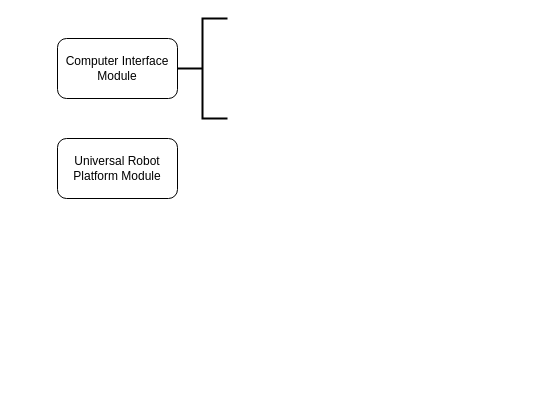
Before: System implementation components.drawio in VolcanHuang/Project_Demo, a draw.io diagram. Source tidied: cells renumbered, new cells numbered last; positions are measured from the earlier drawing's top-left corner, leaving out a move shared by most shapes. Both pictures are drawn from the tidied source at 100%, with x=0, y=0 at pixel (57, 18).
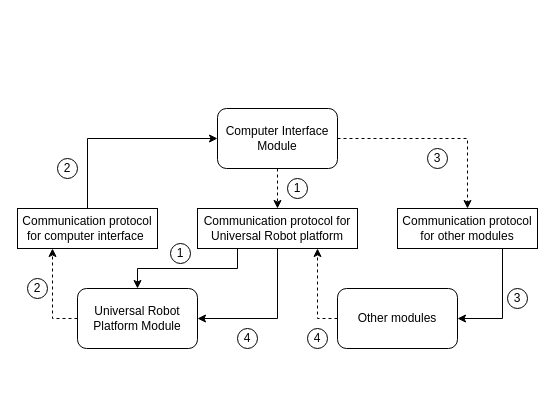
Above is the later version.

Diff of the diagram source:
```diff
@@
+    <mxCell id="5" style="group;" parent="1" vertex="1">
+      <mxGeometry x="20" y="250" width="140" height="100" as="geometry" />
+    </mxCell>
+    <mxCell id="3" value="Universal Robot Platform Module" style="rounded=1;whiteSpace=wrap;html=1;" parent="5" vertex="1">
+      <mxGeometry y="20" width="120" height="60" as="geometry" />
+    </mxCell>
+    <mxCell id="6" style="edgeStyle=orthogonalEdgeStyle;rounded=0;jettySize=auto;html=1;exitX=0.25;exitY=1;exitDx=0;exitDy=0;" parent="1" edge="1" source="8" target="3">
+      <mxGeometry relative="1" as="geometry" />
+    </mxCell>
+    <mxCell id="7" style="edgeStyle=orthogonalEdgeStyle;rounded=0;jettySize=auto;html=1;exitX=0.5;exitY=1;exitDx=0;exitDy=0;entryX=1;entryY=0.5;entryDx=0;entryDy=0;" parent="1" edge="1" source="8" target="3">
+      <mxGeometry relative="1" as="geometry" />
+    </mxCell>
+    <mxCell id="8" value="Communication protocol for Universal Robot platform" style="rounded=0;whiteSpace=wrap;html=1;strokeWidth=1;" parent="1" vertex="1">
+      <mxGeometry x="140" y="190" width="160" height="40" as="geometry" />
+    </mxCell>
+    <mxCell id="9" style="group;" parent="1" vertex="1">
+      <mxGeometry x="160" y="70" width="140" height="100" as="geometry" />
+    </mxCell>
-    <mxCell id="2" value="Computer Interface Module" style="rounded=1;whiteSpace=wrap;html=1;" parent="1" vertex="1">
+    <mxCell id="2" value="Computer Interface Module" style="rounded=1;whiteSpace=wrap;html=1;" parent="9" vertex="1">
       <mxGeometry y="20" width="120" height="60" as="geometry" />
     </mxCell>
-    <mxCell id="3" value="Universal Robot Platform Module" style="rounded=1;whiteSpace=wrap;html=1;" parent="1" vertex="1">
-      <mxGeometry y="120" width="120" height="60" as="geometry" />
-    </mxCell>
-    <mxCell id="4" value="&lt;p&gt;&lt;br&gt;&lt;/p&gt;" style="strokeWidth=2;html=1;shape=mxgraph.flowchart.annotation_2;align=left;labelPosition=right;" parent="1" vertex="1">
-      <mxGeometry x="120" width="50" height="100" as="geometry" />
-    </mxCell>
+    <mxCell id="10" style="edgeStyle=orthogonalEdgeStyle;rounded=0;jettySize=auto;html=1;exitX=0.75;exitY=1;exitDx=0;exitDy=0;entryX=1;entryY=0.5;entryDx=0;entryDy=0;" parent="1" edge="1" source="11" target="13">
+      <mxGeometry relative="1" as="geometry" />
+    </mxCell>
+    <mxCell id="11" value="Communication protocol for other modules" style="rounded=0;whiteSpace=wrap;html=1;strokeWidth=1;" parent="1" vertex="1">
+      <mxGeometry x="340" y="190" width="140" height="40" as="geometry" />
+    </mxCell>
+    <mxCell id="12" style="group;" parent="1" vertex="1">
+      <mxGeometry x="280" y="260" width="140" height="100" as="geometry" />
+    </mxCell>
+    <mxCell id="13" value="Other modules" style="rounded=1;whiteSpace=wrap;html=1;" parent="12" vertex="1">
+      <mxGeometry y="10" width="120" height="60" as="geometry" />
+    </mxCell>
+    <mxCell id="14" style="edgeStyle=orthogonalEdgeStyle;rounded=0;jettySize=auto;html=1;exitX=0.5;exitY=0;exitDx=0;exitDy=0;entryX=0;entryY=0.5;entryDx=0;entryDy=0;" parent="1" edge="1" source="15" target="2">
+      <mxGeometry relative="1" as="geometry" />
+    </mxCell>
+    <mxCell id="15" value="Communication protocol for computer interface&amp;nbsp;" style="rounded=0;whiteSpace=wrap;html=1;strokeWidth=1;" parent="1" vertex="1">
+      <mxGeometry x="-40" y="190" width="140" height="40" as="geometry" />
+    </mxCell>
+    <mxCell id="16" style="edgeStyle=orthogonalEdgeStyle;rounded=0;jettySize=auto;html=1;exitX=0.5;exitY=1;exitDx=0;exitDy=0;entryX=0.5;entryY=0;entryDx=0;entryDy=0;dashed=1;" parent="1" edge="1" source="2" target="8">
+      <mxGeometry relative="1" as="geometry" />
+    </mxCell>
+    <mxCell id="17" style="edgeStyle=orthogonalEdgeStyle;rounded=0;jettySize=auto;html=1;exitX=0;exitY=0.5;exitDx=0;exitDy=0;entryX=0.25;entryY=1;entryDx=0;entryDy=0;dashed=1;" parent="1" edge="1" source="3" target="15">
+      <mxGeometry relative="1" as="geometry" />
+    </mxCell>
+    <mxCell id="18" style="edgeStyle=orthogonalEdgeStyle;rounded=0;jettySize=auto;html=1;exitX=1;exitY=0.5;exitDx=0;exitDy=0;entryX=0.5;entryY=0;entryDx=0;entryDy=0;dashed=1;" parent="1" edge="1" source="2" target="11">
+      <mxGeometry relative="1" as="geometry" />
+    </mxCell>
+    <mxCell id="19" style="edgeStyle=orthogonalEdgeStyle;rounded=0;jettySize=auto;html=1;exitX=0;exitY=0.5;exitDx=0;exitDy=0;entryX=0.75;entryY=1;entryDx=0;entryDy=0;dashed=1;" parent="1" edge="1" source="13" target="8">
+      <mxGeometry relative="1" as="geometry" />
+    </mxCell>
+    <mxCell id="20" value="1" style="ellipse;whiteSpace=wrap;html=1;strokeWidth=1;" parent="1" vertex="1">
+      <mxGeometry x="230" y="160" width="20" height="20" as="geometry" />
+    </mxCell>
+    <mxCell id="21" value="1" style="ellipse;whiteSpace=wrap;html=1;strokeWidth=1;" parent="1" vertex="1">
+      <mxGeometry x="113" y="225" width="20" height="20" as="geometry" />
+    </mxCell>
+    <mxCell id="22" value="2" style="ellipse;whiteSpace=wrap;html=1;strokeWidth=1;" parent="1" vertex="1">
+      <mxGeometry x="-30" y="260" width="20" height="20" as="geometry" />
+    </mxCell>
+    <mxCell id="23" value="2" style="ellipse;whiteSpace=wrap;html=1;strokeWidth=1;" parent="1" vertex="1">
+      <mxGeometry y="140" width="20" height="20" as="geometry" />
+    </mxCell>
+    <mxCell id="24" value="3" style="ellipse;whiteSpace=wrap;html=1;strokeWidth=1;" parent="1" vertex="1">
+      <mxGeometry x="370" y="130" width="20" height="20" as="geometry" />
+    </mxCell>
+    <mxCell id="25" value="3" style="ellipse;whiteSpace=wrap;html=1;strokeWidth=1;" parent="1" vertex="1">
+      <mxGeometry x="450" y="270" width="20" height="20" as="geometry" />
+    </mxCell>
+    <mxCell id="26" value="4" style="ellipse;whiteSpace=wrap;html=1;strokeWidth=1;" parent="1" vertex="1">
+      <mxGeometry x="250" y="310" width="20" height="20" as="geometry" />
+    </mxCell>
+    <mxCell id="27" value="4" style="ellipse;whiteSpace=wrap;html=1;strokeWidth=1;" parent="1" vertex="1">
+      <mxGeometry x="180" y="310" width="20" height="20" as="geometry" />
+    </mxCell>
```
